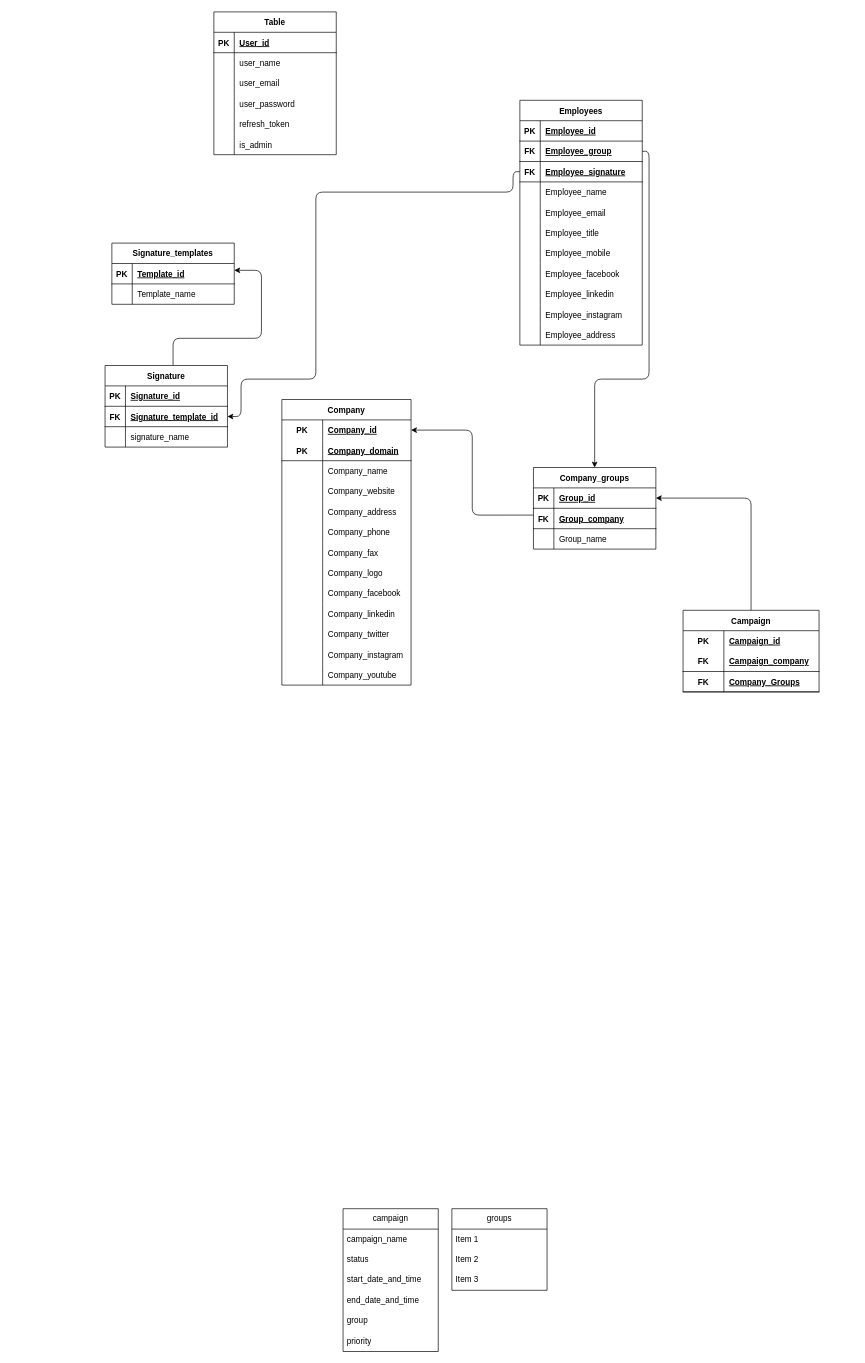
The draw.io diagram database.drawio in khairallah17/milosign-server, before the edit. Source tidied: cells renumbered, new cells numbered last; positions are measured from the earlier drawing's top-left corner, leaving out a move shared by most shapes. Both pictures are drawn from the tidied source at 68%, with x=0, y=0 at pixel (105, 12).
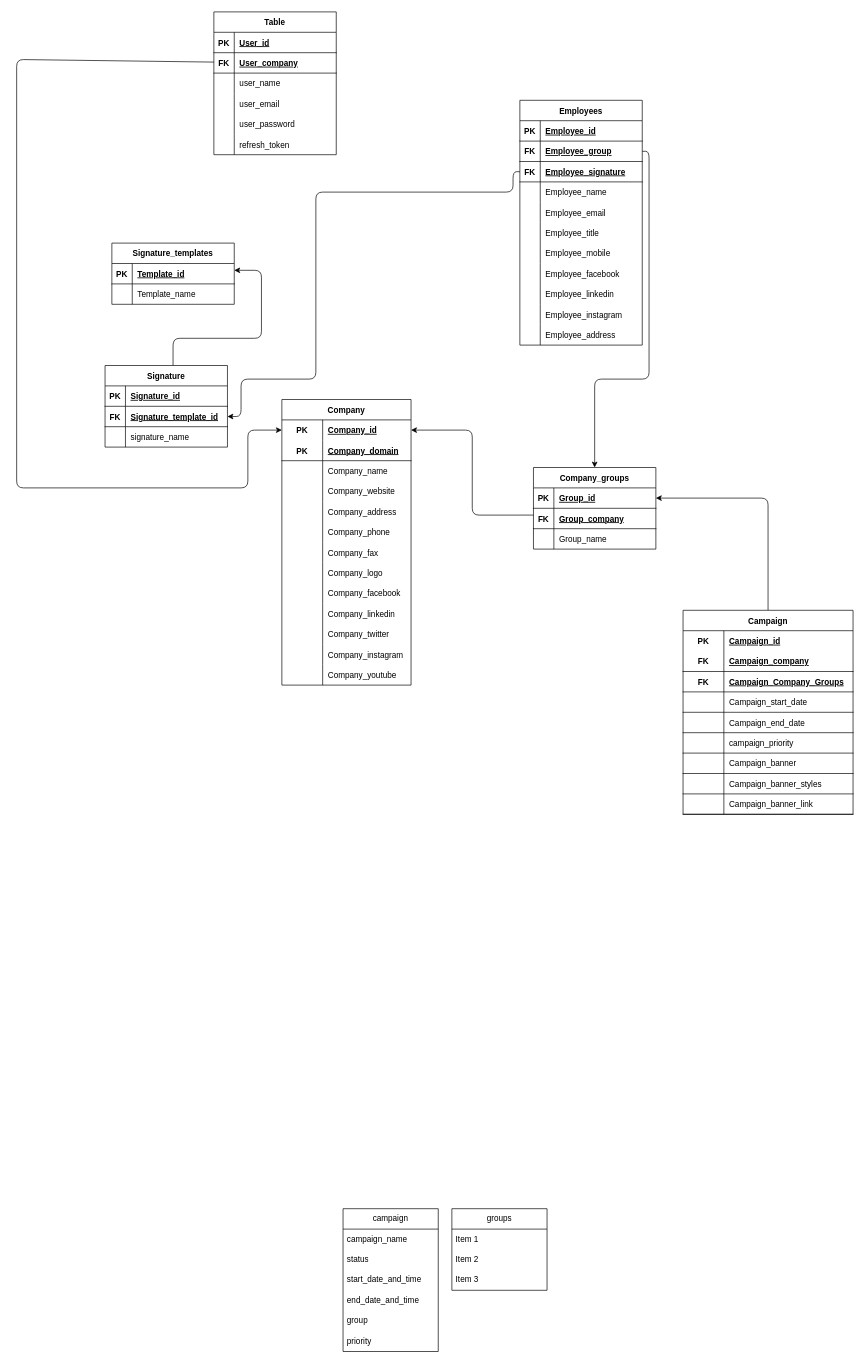
After the change.

Unchanged cells that the change refers to:
```xml
<mxCell id="14" style="shape=tableRow;horizontal=0;startSize=0;swimlaneHead=0;swimlaneBody=0;fillColor=none;points=[[0,0.5],[1,0.5]];portConstraint=eastwest;top=0;left=0;right=0;bottom=0;" parent="13" vertex="1">
  <mxGeometry y="30" width="190" height="30" as="geometry" />
</mxCell>
<mxCell id="129" value="Table" style="shape=table;startSize=30;childLayout=tableLayout;rowLines=0;fontStyle=1;align=center;rounded=0;shadow=0;sketch=0;" parent="1" vertex="1">
  <mxGeometry x="160" width="180" height="210" as="geometry" />
</mxCell>
```

Diff of the diagram source:
```diff
@@
     <mxCell id="54" value="Campaign" style="shape=table;startSize=30;childLayout=tableLayout;rowLines=0;fontStyle=1;align=center;" parent="1" vertex="1">
-      <mxGeometry x="850" y="880" width="200" height="120" as="geometry" />
+      <mxGeometry x="850" y="880" width="250" height="300" as="geometry" />
     </mxCell>
     <mxCell id="55" style="shape=tableRow;horizontal=0;startSize=0;swimlaneHead=0;swimlaneBody=0;fillColor=none;top=0;left=0;right=0;bottom=0;" parent="54" vertex="1">
-      <mxGeometry y="30" width="200" height="30" as="geometry" />
+      <mxGeometry y="30" width="250" height="30" as="geometry" />
     </mxCell>
@@
     <mxCell id="57" value="Campaign_id" style="shape=partialRectangle;fillColor=none;top=0;left=0;bottom=0;right=0;align=left;spacingLeft=6;fontStyle=5;overflow=hidden;" parent="55" vertex="1">
-      <mxGeometry x="60" width="140" height="30" as="geometry" />
+      <mxGeometry x="60" width="190" height="30" as="geometry" />
     </mxCell>
     <mxCell id="58" style="shape=tableRow;horizontal=0;startSize=0;swimlaneHead=0;swimlaneBody=0;fillColor=none;top=0;left=0;right=0;bottom=1;" parent="54" vertex="1">
-      <mxGeometry y="60" width="200" height="30" as="geometry" />
+      <mxGeometry y="60" width="250" height="30" as="geometry" />
     </mxCell>
@@
     <mxCell id="60" value="Campaign_company" style="shape=partialRectangle;fillColor=none;top=0;left=0;bottom=0;right=0;align=left;spacingLeft=6;fontStyle=5;overflow=hidden;" parent="58" vertex="1">
-      <mxGeometry x="60" width="140" height="30" as="geometry" />
+      <mxGeometry x="60" width="190" height="30" as="geometry" />
     </mxCell>
     <mxCell id="61" style="shape=tableRow;horizontal=0;startSize=0;swimlaneHead=0;swimlaneBody=0;fillColor=none;top=0;left=0;right=0;bottom=1;" parent="54" vertex="1">
-      <mxGeometry y="90" width="200" height="30" as="geometry" />
+      <mxGeometry y="90" width="250" height="30" as="geometry" />
     </mxCell>
@@
-    <mxCell id="63" value="Company_Groups" style="shape=partialRectangle;fillColor=none;top=0;left=0;bottom=0;right=0;align=left;spacingLeft=6;fontStyle=5;overflow=hidden;" parent="61" vertex="1">
-      <mxGeometry x="60" width="140" height="30" as="geometry" />
+    <mxCell id="63" value="Campaign_Company_Groups" style="shape=partialRectangle;fillColor=none;top=0;left=0;bottom=0;right=0;align=left;spacingLeft=6;fontStyle=5;overflow=hidden;" parent="61" vertex="1">
+      <mxGeometry x="60" width="190" height="30" as="geometry" />
     </mxCell>
+    <mxCell id="148" style="shape=tableRow;horizontal=0;startSize=0;swimlaneHead=0;swimlaneBody=0;fillColor=none;top=0;left=0;right=0;bottom=1;" parent="54" vertex="1">
+      <mxGeometry y="120" width="250" height="30" as="geometry" />
+    </mxCell>
+    <mxCell id="149" style="shape=partialRectangle;fillColor=none;top=0;left=0;bottom=0;right=0;fontStyle=1;overflow=hidden;" parent="148" vertex="1">
+      <mxGeometry width="60" height="30" as="geometry" />
+    </mxCell>
+    <mxCell id="150" value="Campaign_start_date" style="shape=partialRectangle;fillColor=none;top=0;left=0;bottom=0;right=0;align=left;spacingLeft=6;fontStyle=0;overflow=hidden;" parent="148" vertex="1">
+      <mxGeometry x="60" width="190" height="30" as="geometry" />
+    </mxCell>
+    <mxCell id="151" style="shape=tableRow;horizontal=0;startSize=0;swimlaneHead=0;swimlaneBody=0;fillColor=none;top=0;left=0;right=0;bottom=1;" parent="54" vertex="1">
+      <mxGeometry y="150" width="250" height="30" as="geometry" />
+    </mxCell>
+    <mxCell id="152" style="shape=partialRectangle;fillColor=none;top=0;left=0;bottom=0;right=0;fontStyle=1;overflow=hidden;" parent="151" vertex="1">
+      <mxGeometry width="60" height="30" as="geometry" />
+    </mxCell>
+    <mxCell id="153" value="Campaign_end_date" style="shape=partialRectangle;fillColor=none;top=0;left=0;bottom=0;right=0;align=left;spacingLeft=6;fontStyle=0;overflow=hidden;" parent="151" vertex="1">
+      <mxGeometry x="60" width="190" height="30" as="geometry" />
+    </mxCell>
+    <mxCell id="154" style="shape=tableRow;horizontal=0;startSize=0;swimlaneHead=0;swimlaneBody=0;fillColor=none;top=0;left=0;right=0;bottom=1;" parent="54" vertex="1">
+      <mxGeometry y="180" width="250" height="30" as="geometry" />
+    </mxCell>
+    <mxCell id="155" style="shape=partialRectangle;fillColor=none;top=0;left=0;bottom=0;right=0;fontStyle=1;overflow=hidden;" parent="154" vertex="1">
+      <mxGeometry width="60" height="30" as="geometry" />
+    </mxCell>
+    <mxCell id="156" value="campaign_priority" style="shape=partialRectangle;fillColor=none;top=0;left=0;bottom=0;right=0;align=left;spacingLeft=6;fontStyle=0;overflow=hidden;" parent="154" vertex="1">
+      <mxGeometry x="60" width="190" height="30" as="geometry" />
+    </mxCell>
+    <mxCell id="157" style="shape=tableRow;horizontal=0;startSize=0;swimlaneHead=0;swimlaneBody=0;fillColor=none;top=0;left=0;right=0;bottom=1;" parent="54" vertex="1">
+      <mxGeometry y="210" width="250" height="30" as="geometry" />
+    </mxCell>
+    <mxCell id="158" style="shape=partialRectangle;fillColor=none;top=0;left=0;bottom=0;right=0;fontStyle=1;overflow=hidden;" parent="157" vertex="1">
+      <mxGeometry width="60" height="30" as="geometry" />
+    </mxCell>
+    <mxCell id="159" value="Campaign_banner" style="shape=partialRectangle;fillColor=none;top=0;left=0;bottom=0;right=0;align=left;spacingLeft=6;fontStyle=0;overflow=hidden;" parent="157" vertex="1">
+      <mxGeometry x="60" width="190" height="30" as="geometry" />
+    </mxCell>
+    <mxCell id="160" style="shape=tableRow;horizontal=0;startSize=0;swimlaneHead=0;swimlaneBody=0;fillColor=none;top=0;left=0;right=0;bottom=1;" parent="54" vertex="1">
+      <mxGeometry y="240" width="250" height="30" as="geometry" />
+    </mxCell>
+    <mxCell id="161" style="shape=partialRectangle;fillColor=none;top=0;left=0;bottom=0;right=0;fontStyle=1;overflow=hidden;" parent="160" vertex="1">
+      <mxGeometry width="60" height="30" as="geometry" />
+    </mxCell>
+    <mxCell id="162" value="Campaign_banner_styles" style="shape=partialRectangle;fillColor=none;top=0;left=0;bottom=0;right=0;align=left;spacingLeft=6;fontStyle=0;overflow=hidden;" parent="160" vertex="1">
+      <mxGeometry x="60" width="190" height="30" as="geometry" />
+    </mxCell>
+    <mxCell id="163" style="shape=tableRow;horizontal=0;startSize=0;swimlaneHead=0;swimlaneBody=0;fillColor=none;top=0;left=0;right=0;bottom=1;" parent="54" vertex="1">
+      <mxGeometry y="270" width="250" height="30" as="geometry" />
+    </mxCell>
+    <mxCell id="164" style="shape=partialRectangle;fillColor=none;top=0;left=0;bottom=0;right=0;fontStyle=1;overflow=hidden;" parent="163" vertex="1">
+      <mxGeometry width="60" height="30" as="geometry" />
+    </mxCell>
+    <mxCell id="165" value="Campaign_banner_link" style="shape=partialRectangle;fillColor=none;top=0;left=0;bottom=0;right=0;align=left;spacingLeft=6;fontStyle=0;overflow=hidden;" parent="163" vertex="1">
+      <mxGeometry x="60" width="190" height="30" as="geometry" />
+    </mxCell>
@@
+    <mxCell id="166" style="shape=tableRow;horizontal=0;startSize=0;swimlaneHead=0;swimlaneBody=0;fillColor=none;points=[[0,0.5],[1,0.5]];portConstraint=eastwest;top=0;left=0;right=0;bottom=1;rounded=0;shadow=0;sketch=0;" parent="129" vertex="1">
+      <mxGeometry y="60" width="180" height="30" as="geometry" />
+    </mxCell>
+    <mxCell id="167" value="FK" style="shape=partialRectangle;fillColor=none;top=0;left=0;bottom=0;right=0;fontStyle=1;overflow=hidden;rounded=0;shadow=0;sketch=0;" parent="166" vertex="1">
+      <mxGeometry width="30" height="30" as="geometry" />
+    </mxCell>
+    <mxCell id="168" value="User_company" style="shape=partialRectangle;fillColor=none;top=0;left=0;bottom=0;right=0;align=left;spacingLeft=6;fontStyle=5;overflow=hidden;rounded=0;shadow=0;sketch=0;" parent="166" vertex="1">
+      <mxGeometry x="30" width="150" height="30" as="geometry" />
+    </mxCell>
     <mxCell id="133" style="shape=tableRow;horizontal=0;startSize=0;swimlaneHead=0;swimlaneBody=0;fillColor=none;top=0;left=0;right=0;bottom=0;rounded=0;shadow=0;sketch=0;" parent="129" vertex="1">
-      <mxGeometry y="60" width="180" height="30" as="geometry" />
+      <mxGeometry y="90" width="180" height="30" as="geometry" />
     </mxCell>
@@
     <mxCell id="136" style="shape=tableRow;horizontal=0;startSize=0;swimlaneHead=0;swimlaneBody=0;fillColor=none;top=0;left=0;right=0;bottom=0;rounded=0;shadow=0;sketch=0;" parent="129" vertex="1">
-      <mxGeometry y="90" width="180" height="30" as="geometry" />
+      <mxGeometry y="120" width="180" height="30" as="geometry" />
     </mxCell>
@@
     <mxCell id="139" style="shape=tableRow;horizontal=0;startSize=0;swimlaneHead=0;swimlaneBody=0;fillColor=none;top=0;left=0;right=0;bottom=0;rounded=0;shadow=0;sketch=0;" parent="129" vertex="1">
-      <mxGeometry y="120" width="180" height="30" as="geometry" />
+      <mxGeometry y="150" width="180" height="30" as="geometry" />
     </mxCell>
@@
     <mxCell id="142" style="shape=tableRow;horizontal=0;startSize=0;swimlaneHead=0;swimlaneBody=0;fillColor=none;top=0;left=0;right=0;bottom=0;rounded=0;shadow=0;sketch=0;" parent="129" vertex="1">
-      <mxGeometry y="150" width="180" height="30" as="geometry" />
+      <mxGeometry y="180" width="180" height="30" as="geometry" />
     </mxCell>
@@
-    <mxCell id="145" style="shape=tableRow;horizontal=0;startSize=0;swimlaneHead=0;swimlaneBody=0;fillColor=none;top=0;left=0;right=0;bottom=0;rounded=0;shadow=0;sketch=0;" parent="129" vertex="1">
-      <mxGeometry y="180" width="180" height="30" as="geometry" />
-    </mxCell>
-    <mxCell id="146" style="shape=partialRectangle;fillColor=none;top=0;left=0;bottom=0;right=0;overflow=hidden;rounded=0;shadow=0;sketch=0;" parent="145" vertex="1">
-      <mxGeometry width="30" height="30" as="geometry" />
-    </mxCell>
-    <mxCell id="147" value="is_admin" style="shape=partialRectangle;fillColor=none;top=0;left=0;bottom=0;right=0;align=left;spacingLeft=6;overflow=hidden;rounded=0;shadow=0;sketch=0;" parent="145" vertex="1">
-      <mxGeometry x="30" width="150" height="30" as="geometry" />
-    </mxCell>
+    <mxCell id="169" style="edgeStyle=none;html=1;entryX=0;entryY=0.5;entryDx=0;entryDy=0;" parent="1" edge="1" source="166" target="14">
+      <mxGeometry relative="1" as="geometry">
+        <Array as="points">
+          <mxPoint x="-130" y="70" />
+          <mxPoint x="-130" y="700" />
+          <mxPoint x="210" y="700" />
+          <mxPoint x="210" y="615" />
+        </Array>
+      </mxGeometry>
+    </mxCell>
```
